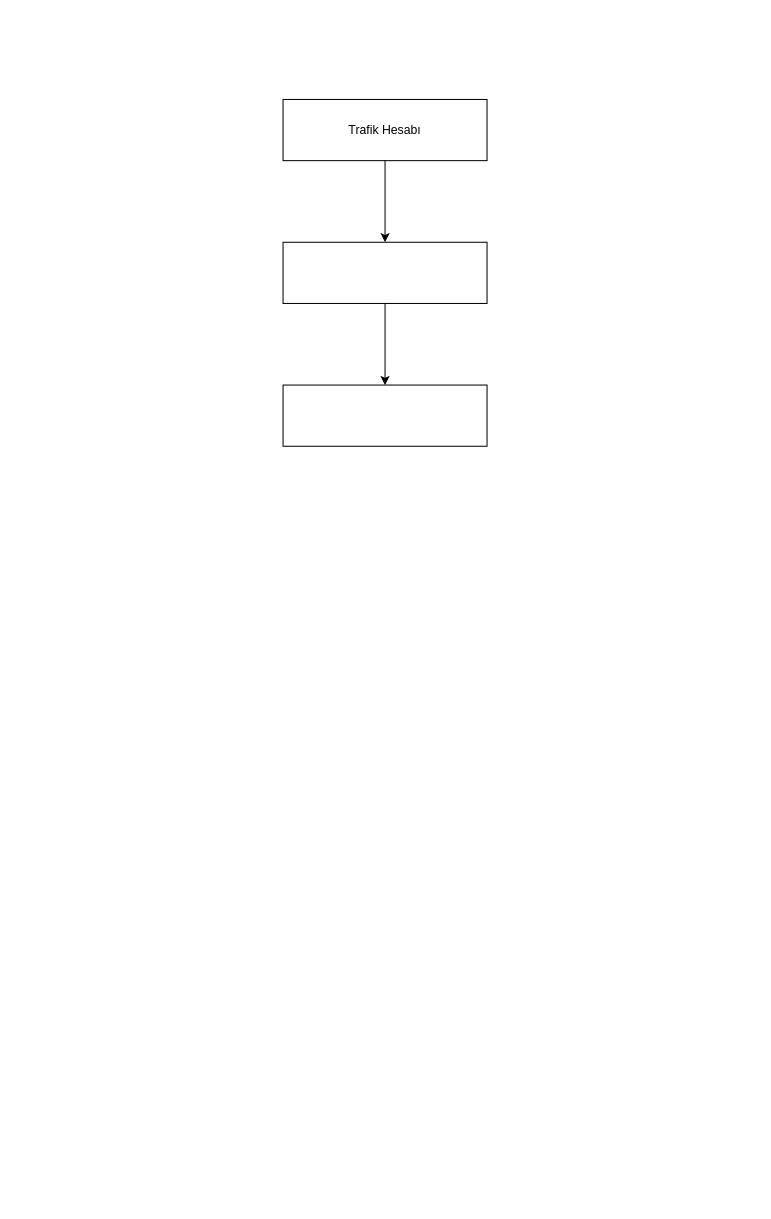
Above: Asansor_Tescil_Oncesi_Semasi.drawio in maliyassi/drawio (draw.io), before the change. Source tidied: cells renumbered, new cells numbered last; positions are measured from the earlier drawing's top-left corner, leaving out a move shared by most shapes. Both pictures are drawn from the tidied source at 102%, with x=0, y=0 at pixel (283, 99).
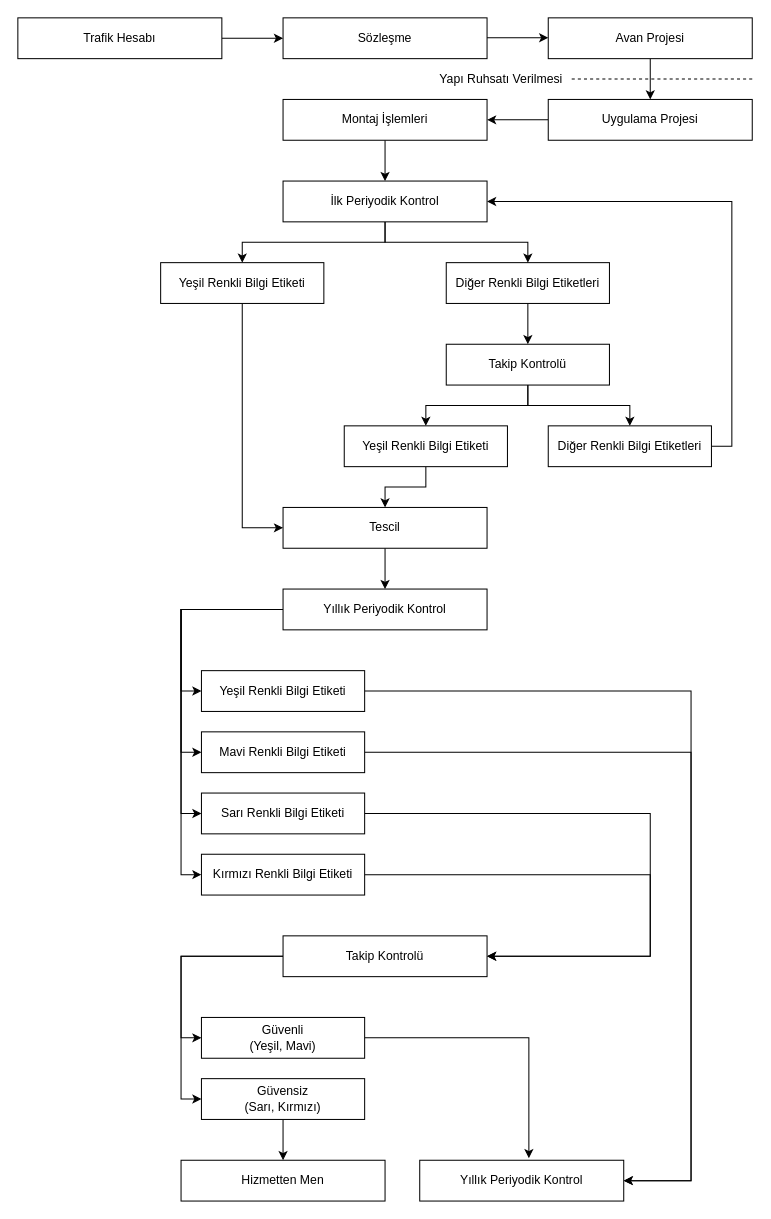
After the change.

The edit, as a diff of the source:
```diff
@@
-    <mxCell id="2" style="edgeStyle=orthogonalEdgeStyle;rounded=0;jettySize=auto;html=1;" parent="1" edge="1" source="3" target="5">
-      <mxGeometry relative="1" as="geometry" />
-    </mxCell>
+    <mxCell id="7" style="edgeStyle=orthogonalEdgeStyle;rounded=0;jettySize=auto;html=1;exitX=1;exitY=0.5;exitDx=0;exitDy=0;" parent="1" edge="1" source="3">
+      <mxGeometry relative="1" as="geometry">
+        <mxPoint y="-60" as="targetPoint" />
+      </mxGeometry>
+    </mxCell>
     <mxCell id="3" value="Trafik Hesabı" style="rounded=0;whiteSpace=wrap;html=1;" parent="1" vertex="1">
-      <mxGeometry width="200" height="60" as="geometry" />
+      <mxGeometry x="-260" y="-80" width="200" height="40" as="geometry" />
     </mxCell>
-    <mxCell id="4" style="edgeStyle=orthogonalEdgeStyle;rounded=0;jettySize=auto;html=1;" parent="1" edge="1" source="5" target="6">
-      <mxGeometry relative="1" as="geometry" />
-    </mxCell>
-    <mxCell id="5" style="rounded=0;whiteSpace=wrap;html=1;" parent="1" vertex="1">
-      <mxGeometry y="140" width="200" height="60" as="geometry" />
+    <mxCell id="5" value="Sözleşme" style="rounded=0;whiteSpace=wrap;html=1;" parent="1" vertex="1">
+      <mxGeometry y="-80" width="200" height="40" as="geometry" />
     </mxCell>
+    <mxCell id="8" style="edgeStyle=orthogonalEdgeStyle;rounded=0;jettySize=auto;html=1;exitX=0.5;exitY=1;exitDx=0;exitDy=0;entryX=0.5;entryY=0;entryDx=0;entryDy=0;" parent="1" edge="1" source="6" target="37">
+      <mxGeometry relative="1" as="geometry" />
+    </mxCell>
-    <mxCell id="6" style="rounded=0;whiteSpace=wrap;html=1;" parent="1" vertex="1">
-      <mxGeometry y="280" width="200" height="60" as="geometry" />
+    <mxCell id="6" value="Avan Projesi" style="rounded=0;whiteSpace=wrap;html=1;" parent="1" vertex="1">
+      <mxGeometry x="260" y="-80" width="200" height="40" as="geometry" />
     </mxCell>
+    <mxCell id="9" style="edgeStyle=orthogonalEdgeStyle;rounded=0;jettySize=auto;html=1;exitX=0.5;exitY=1;exitDx=0;exitDy=0;entryX=0;entryY=0.5;entryDx=0;entryDy=0;" parent="1" edge="1" source="10" target="14">
+      <mxGeometry relative="1" as="geometry" />
+    </mxCell>
+    <mxCell id="10" value="Yeşil Renkli Bilgi Etiketi" style="rounded=0;whiteSpace=wrap;html=1;" parent="1" vertex="1">
+      <mxGeometry x="-120" y="160" width="160" height="40" as="geometry" />
+    </mxCell>
+    <mxCell id="11" style="edgeStyle=orthogonalEdgeStyle;rounded=0;jettySize=auto;html=1;" parent="1" edge="1" source="12" target="21">
+      <mxGeometry relative="1" as="geometry" />
+    </mxCell>
+    <mxCell id="12" value="Diğer Renkli Bilgi Etiketleri" style="rounded=0;whiteSpace=wrap;html=1;" parent="1" vertex="1">
+      <mxGeometry x="160" y="160" width="160" height="40" as="geometry" />
+    </mxCell>
+    <mxCell id="13" style="edgeStyle=orthogonalEdgeStyle;rounded=0;jettySize=auto;html=1;" parent="1" edge="1" source="14" target="26">
+      <mxGeometry relative="1" as="geometry" />
+    </mxCell>
+    <mxCell id="14" value="Tescil" style="rounded=0;whiteSpace=wrap;html=1;" parent="1" vertex="1">
+      <mxGeometry y="400" width="200" height="40" as="geometry" />
+    </mxCell>
+    <mxCell id="15" style="edgeStyle=orthogonalEdgeStyle;rounded=0;jettySize=auto;html=1;exitX=0.5;exitY=1;exitDx=0;exitDy=0;entryX=0.5;entryY=0;entryDx=0;entryDy=0;" parent="1" edge="1" source="16" target="14">
+      <mxGeometry relative="1" as="geometry" />
+    </mxCell>
+    <mxCell id="16" value="Yeşil Renkli Bilgi Etiketi" style="rounded=0;whiteSpace=wrap;html=1;" parent="1" vertex="1">
+      <mxGeometry x="60" y="320" width="160" height="40" as="geometry" />
+    </mxCell>
+    <mxCell id="17" style="edgeStyle=orthogonalEdgeStyle;rounded=0;jettySize=auto;html=1;exitX=1;exitY=0.5;exitDx=0;exitDy=0;entryX=1;entryY=0.5;entryDx=0;entryDy=0;" parent="1" edge="1" source="18" target="43">
+      <mxGeometry relative="1" as="geometry" />
+    </mxCell>
+    <mxCell id="18" value="Diğer Renkli Bilgi Etiketleri" style="rounded=0;whiteSpace=wrap;html=1;" parent="1" vertex="1">
+      <mxGeometry x="260" y="320" width="160" height="40" as="geometry" />
+    </mxCell>
+    <mxCell id="19" style="edgeStyle=orthogonalEdgeStyle;rounded=0;jettySize=auto;html=1;exitX=0.5;exitY=1;exitDx=0;exitDy=0;" parent="1" edge="1" source="21" target="16">
+      <mxGeometry relative="1" as="geometry" />
+    </mxCell>
+    <mxCell id="20" style="edgeStyle=orthogonalEdgeStyle;rounded=0;jettySize=auto;html=1;exitX=0.5;exitY=1;exitDx=0;exitDy=0;entryX=0.5;entryY=0;entryDx=0;entryDy=0;" parent="1" edge="1" source="21" target="18">
+      <mxGeometry relative="1" as="geometry" />
+    </mxCell>
+    <mxCell id="21" value="&lt;div&gt;Takip Kontrolü&lt;/div&gt;" style="rounded=0;whiteSpace=wrap;html=1;" parent="1" vertex="1">
+      <mxGeometry x="160" y="240" width="160" height="40" as="geometry" />
+    </mxCell>
+    <mxCell id="22" style="edgeStyle=orthogonalEdgeStyle;rounded=0;jettySize=auto;html=1;exitX=0;exitY=0.5;exitDx=0;exitDy=0;entryX=0;entryY=0.5;entryDx=0;entryDy=0;" parent="1" edge="1" source="26" target="29">
+      <mxGeometry relative="1" as="geometry" />
+    </mxCell>
+    <mxCell id="23" style="edgeStyle=orthogonalEdgeStyle;rounded=0;jettySize=auto;html=1;exitX=0;exitY=0.5;exitDx=0;exitDy=0;entryX=0;entryY=0.5;entryDx=0;entryDy=0;" parent="1" edge="1" source="26" target="31">
+      <mxGeometry relative="1" as="geometry" />
+    </mxCell>
+    <mxCell id="24" style="edgeStyle=orthogonalEdgeStyle;rounded=0;jettySize=auto;html=1;exitX=0;exitY=0.5;exitDx=0;exitDy=0;entryX=0;entryY=0.5;entryDx=0;entryDy=0;" parent="1" edge="1" source="26" target="33">
+      <mxGeometry relative="1" as="geometry" />
+    </mxCell>
+    <mxCell id="25" style="edgeStyle=orthogonalEdgeStyle;rounded=0;jettySize=auto;html=1;exitX=0;exitY=0.5;exitDx=0;exitDy=0;entryX=0;entryY=0.5;entryDx=0;entryDy=0;" parent="1" edge="1" source="26" target="35">
+      <mxGeometry relative="1" as="geometry" />
+    </mxCell>
+    <mxCell id="26" value="Yıllık Periyodik Kontrol" style="rounded=0;whiteSpace=wrap;html=1;" parent="1" vertex="1">
+      <mxGeometry y="480" width="200" height="40" as="geometry" />
+    </mxCell>
+    <mxCell id="27" value="Yapı Ruhsatı Verilmesi" style="text;html=1;strokeColor=none;fillColor=none;align=center;verticalAlign=middle;whiteSpace=wrap;rounded=0;" parent="1" vertex="1">
+      <mxGeometry x="134" y="-35" width="160" height="30" as="geometry" />
+    </mxCell>
+    <mxCell id="28" style="edgeStyle=orthogonalEdgeStyle;rounded=0;jettySize=auto;html=1;exitX=1;exitY=0.5;exitDx=0;exitDy=0;entryX=1;entryY=0.5;entryDx=0;entryDy=0;fontColor=default;" parent="1" edge="1" source="29" target="48">
+      <mxGeometry relative="1" as="geometry">
+        <Array as="points">
+          <mxPoint x="400" y="580" />
+          <mxPoint x="400" y="1060" />
+        </Array>
+      </mxGeometry>
+    </mxCell>
+    <mxCell id="29" value="Yeşil Renkli Bilgi Etiketi" style="rounded=0;whiteSpace=wrap;html=1;" parent="1" vertex="1">
+      <mxGeometry x="-80" y="560" width="160" height="40" as="geometry" />
+    </mxCell>
+    <mxCell id="30" style="edgeStyle=orthogonalEdgeStyle;rounded=0;jettySize=auto;html=1;exitX=1;exitY=0.5;exitDx=0;exitDy=0;entryX=1;entryY=0.5;entryDx=0;entryDy=0;" parent="1" edge="1" source="31" target="48">
+      <mxGeometry relative="1" as="geometry">
+        <Array as="points">
+          <mxPoint x="400" y="640" />
+          <mxPoint x="400" y="1060" />
+        </Array>
+      </mxGeometry>
+    </mxCell>
+    <mxCell id="31" value="Mavi Renkli Bilgi Etiketi" style="rounded=0;whiteSpace=wrap;html=1;" parent="1" vertex="1">
+      <mxGeometry x="-80" y="620" width="160" height="40" as="geometry" />
+    </mxCell>
+    <mxCell id="32" style="edgeStyle=orthogonalEdgeStyle;rounded=0;jettySize=auto;html=1;exitX=1;exitY=0.5;exitDx=0;exitDy=0;entryX=1;entryY=0.5;entryDx=0;entryDy=0;" parent="1" edge="1" source="33" target="47">
+      <mxGeometry relative="1" as="geometry">
+        <Array as="points">
+          <mxPoint x="360" y="700" />
+          <mxPoint x="360" y="840" />
+        </Array>
+      </mxGeometry>
+    </mxCell>
+    <mxCell id="33" value="Sarı Renkli Bilgi Etiketi" style="rounded=0;whiteSpace=wrap;html=1;" parent="1" vertex="1">
+      <mxGeometry x="-80" y="680" width="160" height="40" as="geometry" />
+    </mxCell>
+    <mxCell id="34" style="edgeStyle=orthogonalEdgeStyle;rounded=0;jettySize=auto;html=1;exitX=1;exitY=0.5;exitDx=0;exitDy=0;entryX=1;entryY=0.5;entryDx=0;entryDy=0;" parent="1" edge="1" source="35" target="47">
+      <mxGeometry relative="1" as="geometry">
+        <Array as="points">
+          <mxPoint x="360" y="760" />
+          <mxPoint x="360" y="840" />
+        </Array>
+      </mxGeometry>
+    </mxCell>
+    <mxCell id="35" value="&lt;div&gt;Kırmızı Renkli Bilgi Etiketi&lt;/div&gt;" style="rounded=0;whiteSpace=wrap;html=1;" parent="1" vertex="1">
+      <mxGeometry x="-80" y="740" width="160" height="40" as="geometry" />
+    </mxCell>
+    <mxCell id="36" style="edgeStyle=orthogonalEdgeStyle;rounded=0;jettySize=auto;html=1;exitX=0;exitY=0.5;exitDx=0;exitDy=0;" parent="1" edge="1" source="37">
+      <mxGeometry relative="1" as="geometry">
+        <mxPoint x="200" y="20" as="targetPoint" />
+      </mxGeometry>
+    </mxCell>
+    <mxCell id="37" value="Uygulama Projesi" style="rounded=0;whiteSpace=wrap;html=1;" parent="1" vertex="1">
+      <mxGeometry x="260" width="200" height="40" as="geometry" />
+    </mxCell>
+    <mxCell id="38" style="edgeStyle=orthogonalEdgeStyle;rounded=0;orthogonalLoop=1;jettySize=auto;html=1;exitX=1;exitY=0.5;exitDx=0;exitDy=0;" parent="1" edge="1">
+      <mxGeometry relative="1" as="geometry">
+        <mxPoint x="200" y="-60.5" as="sourcePoint" />
+        <mxPoint x="260" y="-60.5" as="targetPoint" />
+      </mxGeometry>
+    </mxCell>
+    <mxCell id="39" style="edgeStyle=orthogonalEdgeStyle;rounded=0;jettySize=auto;html=1;exitX=0.5;exitY=1;exitDx=0;exitDy=0;entryX=0.5;entryY=0;entryDx=0;entryDy=0;" parent="1" edge="1" source="40" target="43">
+      <mxGeometry relative="1" as="geometry" />
+    </mxCell>
+    <mxCell id="40" value="Montaj İşlemleri" style="rounded=0;whiteSpace=wrap;html=1;" parent="1" vertex="1">
+      <mxGeometry width="200" height="40" as="geometry" />
+    </mxCell>
+    <mxCell id="41" style="edgeStyle=orthogonalEdgeStyle;rounded=0;jettySize=auto;html=1;exitX=0.5;exitY=1;exitDx=0;exitDy=0;" parent="1" edge="1" source="43" target="10">
+      <mxGeometry relative="1" as="geometry">
+        <Array as="points">
+          <mxPoint x="100" y="140" />
+          <mxPoint x="-40" y="140" />
+        </Array>
+      </mxGeometry>
+    </mxCell>
+    <mxCell id="42" style="edgeStyle=orthogonalEdgeStyle;rounded=0;jettySize=auto;html=1;exitX=0.5;exitY=1;exitDx=0;exitDy=0;" parent="1" edge="1" source="43" target="12">
+      <mxGeometry relative="1" as="geometry">
+        <Array as="points">
+          <mxPoint x="100" y="140" />
+          <mxPoint x="240" y="140" />
+        </Array>
+      </mxGeometry>
+    </mxCell>
+    <mxCell id="43" value="İlk Periyodik Kontrol" style="rounded=0;whiteSpace=wrap;html=1;" parent="1" vertex="1">
+      <mxGeometry y="80" width="200" height="40" as="geometry" />
+    </mxCell>
+    <mxCell id="44" style="endArrow=none;dashed=1;html=1;rounded=0;" parent="1" edge="1">
+      <mxGeometry relative="1" as="geometry">
+        <mxPoint x="460" y="-20" as="sourcePoint" />
+        <mxPoint x="282" y="-20" as="targetPoint" />
+      </mxGeometry>
+    </mxCell>
+    <mxCell id="45" style="edgeStyle=orthogonalEdgeStyle;rounded=0;jettySize=auto;html=1;exitX=0;exitY=0.5;exitDx=0;exitDy=0;entryX=0;entryY=0.5;entryDx=0;entryDy=0;" parent="1" edge="1" source="47" target="50">
+      <mxGeometry relative="1" as="geometry" />
+    </mxCell>
+    <mxCell id="46" style="edgeStyle=orthogonalEdgeStyle;rounded=0;jettySize=auto;html=1;exitX=0;exitY=0.5;exitDx=0;exitDy=0;entryX=0;entryY=0.5;entryDx=0;entryDy=0;" parent="1" edge="1" source="47" target="52">
+      <mxGeometry relative="1" as="geometry" />
+    </mxCell>
+    <mxCell id="47" value="Takip Kontrolü" style="rounded=0;whiteSpace=wrap;html=1;" parent="1" vertex="1">
+      <mxGeometry y="820" width="200" height="40" as="geometry" />
+    </mxCell>
+    <mxCell id="48" value="Yıllık Periyodik Kontrol" style="rounded=0;whiteSpace=wrap;html=1;" parent="1" vertex="1">
+      <mxGeometry x="134" y="1040" width="200" height="40" as="geometry" />
+    </mxCell>
+    <mxCell id="49" style="edgeStyle=orthogonalEdgeStyle;rounded=0;jettySize=auto;html=1;exitX=1;exitY=0.5;exitDx=0;exitDy=0;entryX=0.535;entryY=-0.05;entryDx=0;entryDy=0;entryPerimeter=0;" parent="1" edge="1" source="50" target="48">
+      <mxGeometry relative="1" as="geometry" />
+    </mxCell>
+    <mxCell id="50" value="Güvenli&lt;br&gt;(Yeşil, Mavi)" style="rounded=0;whiteSpace=wrap;html=1;" parent="1" vertex="1">
+      <mxGeometry x="-80" y="900" width="160" height="40" as="geometry" />
+    </mxCell>
+    <mxCell id="51" style="edgeStyle=orthogonalEdgeStyle;rounded=0;jettySize=auto;html=1;" parent="1" edge="1" source="52" target="53">
+      <mxGeometry relative="1" as="geometry" />
+    </mxCell>
+    <mxCell id="52" value="Güvensiz&lt;br&gt;(Sarı, Kırmızı)" style="rounded=0;whiteSpace=wrap;html=1;" parent="1" vertex="1">
+      <mxGeometry x="-80" y="960" width="160" height="40" as="geometry" />
+    </mxCell>
+    <mxCell id="53" value="Hizmetten Men" style="rounded=0;whiteSpace=wrap;html=1;" parent="1" vertex="1">
+      <mxGeometry x="-100" y="1040" width="200" height="40" as="geometry" />
+    </mxCell>
```
